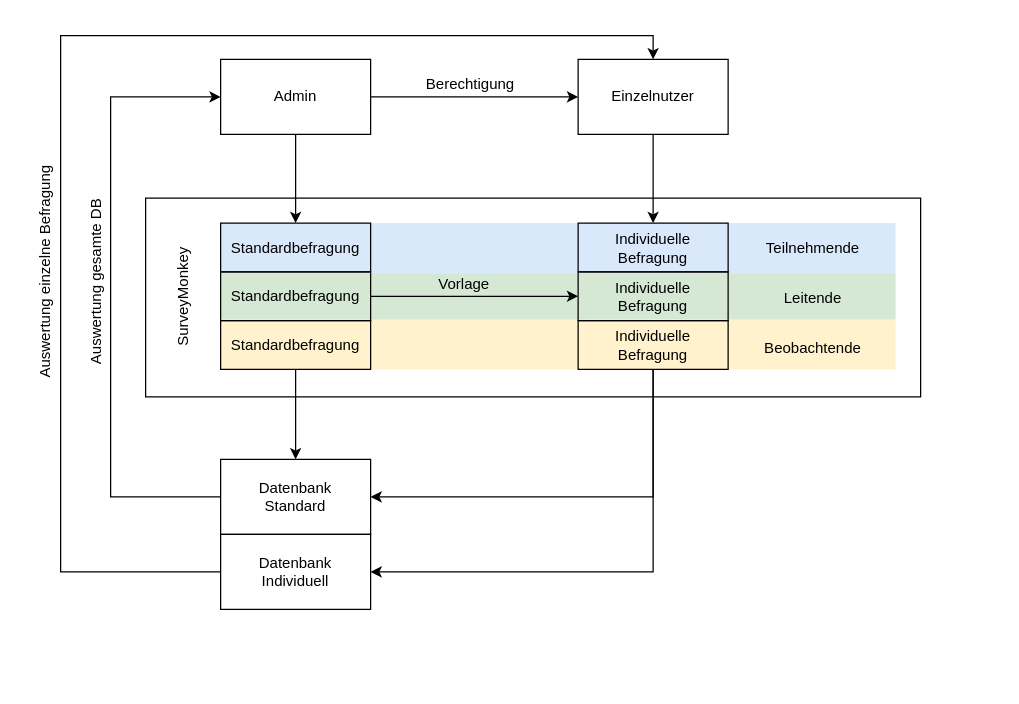
The draw.io diagram Untitled Diagram.drawio in GordonWiegand/zeitwerte, before the edit. Source tidied: cells renumbered, new cells numbered last; positions are measured from the earlier drawing's top-left corner, leaving out a move shared by most shapes. Both pictures are drawn from the tidied source at 125%, with x=0, y=0 at pixel (-71, 35).
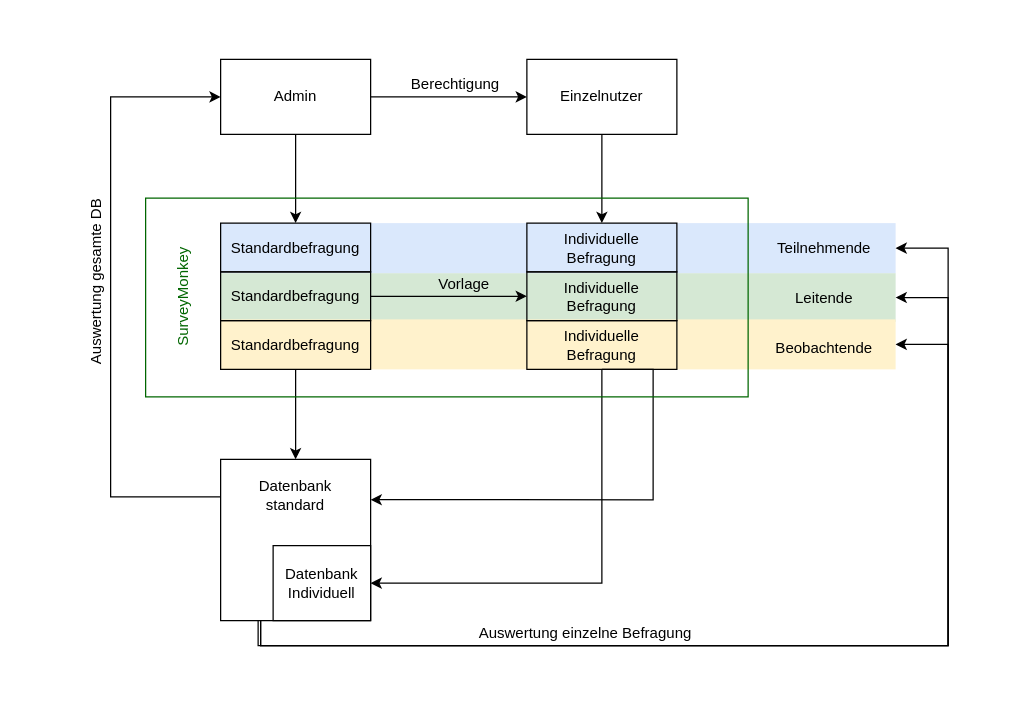
After the change.

Unchanged cells that the change refers to:
```xml
<mxCell id="8" style="rounded=0;whiteSpace=wrap;html=1;fillColor=#d5e8d4;strokeColor=none;" parent="1" vertex="1">
  <mxGeometry x="233" y="190" width="540" height="39" as="geometry" />
</mxCell>
<mxCell id="9" style="rounded=0;whiteSpace=wrap;html=1;fillColor=#fff2cc;strokeColor=none;" parent="1" vertex="1">
  <mxGeometry x="233" y="227" width="540" height="40" as="geometry" />
</mxCell>
<mxCell id="10" style="rounded=0;whiteSpace=wrap;html=1;fillColor=#dae8fc;strokeColor=none;" parent="1" vertex="1">
  <mxGeometry x="233" y="150" width="540" height="40" as="geometry" />
</mxCell>
```

Change to the diagram source:
```diff
@@
-    <mxCell id="2" style="rounded=0;whiteSpace=wrap;html=1;fillColor=none;" parent="1" vertex="1">
-      <mxGeometry x="173" y="130" width="620" height="159" as="geometry" />
-    </mxCell>
@@
     <mxCell id="7" value="Einzelnutzer" style="rounded=0;whiteSpace=wrap;html=1;" parent="1" vertex="1">
-      <mxGeometry x="519" y="19" width="120" height="60" as="geometry" />
+      <mxGeometry x="478" y="19" width="120" height="60" as="geometry" />
     </mxCell>
@@
     <mxCell id="11" value="Individuelle Befragung&lt;br&gt;" style="rounded=0;whiteSpace=wrap;html=1;fillColor=none;" parent="1" vertex="1">
-      <mxGeometry x="519" y="150" width="120" height="39" as="geometry" />
+      <mxGeometry x="478" y="150" width="120" height="39" as="geometry" />
     </mxCell>
@@
     <mxCell id="13" value="Teilnehmende&lt;br&gt;" style="text;html=1;strokeColor=none;fillColor=none;align=center;verticalAlign=middle;whiteSpace=wrap;rounded=0;" parent="1" vertex="1">
-      <mxGeometry x="662" y="160" width="90" height="20" as="geometry" />
+      <mxGeometry x="671" y="160" width="90" height="20" as="geometry" />
     </mxCell>
     <mxCell id="14" value="Leitende&lt;br&gt;" style="text;html=1;strokeColor=none;fillColor=none;align=center;verticalAlign=middle;whiteSpace=wrap;rounded=0;" parent="1" vertex="1">
-      <mxGeometry x="662" y="199.5" width="90" height="20" as="geometry" />
+      <mxGeometry x="671" y="199.5" width="90" height="20" as="geometry" />
     </mxCell>
     <mxCell id="15" value="Beobachtende&lt;br&gt;" style="text;html=1;strokeColor=none;fillColor=none;align=center;verticalAlign=middle;whiteSpace=wrap;rounded=0;" parent="1" vertex="1">
-      <mxGeometry x="662" y="240" width="90" height="20" as="geometry" />
+      <mxGeometry x="671" y="240" width="90" height="20" as="geometry" />
     </mxCell>
@@
     <mxCell id="18" value="Individuelle Befragung&lt;br&gt;" style="rounded=0;whiteSpace=wrap;html=1;fillColor=none;" parent="1" vertex="1">
-      <mxGeometry x="519" y="189" width="120" height="39" as="geometry" />
+      <mxGeometry x="478" y="189" width="120" height="39" as="geometry" />
     </mxCell>
@@
-    <mxCell id="21" style="edgeStyle=orthogonalEdgeStyle;rounded=0;jettySize=auto;html=1;entryX=1;entryY=0.5;entryDx=0;entryDy=0;exitX=0.5;exitY=1;exitDx=0;exitDy=0;" parent="1" edge="1" source="23" target="28">
-      <mxGeometry relative="1" as="geometry" />
+    <mxCell id="21" style="edgeStyle=orthogonalEdgeStyle;rounded=0;jettySize=auto;html=1;entryX=1;entryY=0.25;entryDx=0;entryDy=0;exitX=0.5;exitY=1;exitDx=0;exitDy=0;" parent="1" edge="1" source="23" target="28">
+      <mxGeometry relative="1" as="geometry">
+        <Array as="points">
+          <mxPoint x="579" y="371" />
+        </Array>
+      </mxGeometry>
     </mxCell>
@@
     <mxCell id="23" value="Individuelle Befragung&lt;br&gt;" style="rounded=0;whiteSpace=wrap;html=1;fillColor=none;" parent="1" vertex="1">
-      <mxGeometry x="519" y="228" width="120" height="39" as="geometry" />
+      <mxGeometry x="478" y="228" width="120" height="39" as="geometry" />
     </mxCell>
     <mxCell id="24" value="Berechtigung&lt;br&gt;" style="text;html=1;strokeColor=none;fillColor=none;align=center;verticalAlign=middle;whiteSpace=wrap;rounded=0;" parent="1" vertex="1">
-      <mxGeometry x="393" y="29" width="80" height="20" as="geometry" />
+      <mxGeometry x="381" y="29" width="80" height="20" as="geometry" />
     </mxCell>
@@
-    <mxCell id="26" value="SurveyMonkey&lt;br&gt;" style="text;html=1;strokeColor=none;fillColor=none;align=center;verticalAlign=middle;whiteSpace=wrap;rounded=0;rotation=-90;" parent="1" vertex="1">
+    <mxCell id="26" value="SurveyMonkey&lt;br&gt;" style="text;html=1;strokeColor=none;fillColor=none;align=center;verticalAlign=middle;whiteSpace=wrap;rounded=0;rotation=-90;fontColor=#006600;" parent="1" vertex="1">
       <mxGeometry x="142.5" y="199.5" width="120" height="20" as="geometry" />
     </mxCell>
@@
+    <mxCell id="33" style="edgeStyle=orthogonalEdgeStyle;rounded=0;jettySize=auto;html=1;entryX=1;entryY=0.5;entryDx=0;entryDy=0;fontColor=#000000;" parent="1" edge="1" target="8">
+      <mxGeometry relative="1" as="geometry">
+        <mxPoint x="265" y="468" as="sourcePoint" />
+        <Array as="points">
+          <mxPoint x="265" y="488" />
+          <mxPoint x="815" y="488" />
+          <mxPoint x="815" y="209" />
+        </Array>
+      </mxGeometry>
+    </mxCell>
+    <mxCell id="34" style="edgeStyle=orthogonalEdgeStyle;rounded=0;jettySize=auto;html=1;fontColor=#000000;entryX=1;entryY=0.5;entryDx=0;entryDy=0;" parent="1" edge="1" target="9">
+      <mxGeometry relative="1" as="geometry">
+        <mxPoint x="265" y="468" as="sourcePoint" />
+        <Array as="points">
+          <mxPoint x="265" y="488" />
+          <mxPoint x="815" y="488" />
+          <mxPoint x="815" y="247" />
+        </Array>
+      </mxGeometry>
+    </mxCell>
-    <mxCell id="28" value="&lt;div&gt;Datenbank&lt;/div&gt;&lt;div&gt;Standard&lt;/div&gt;" style="rounded=0;whiteSpace=wrap;html=1;fillColor=none;" parent="1" vertex="1">
-      <mxGeometry x="233" y="339" width="120" height="60" as="geometry" />
+    <mxCell id="28" value="&lt;div&gt;&lt;/div&gt;" style="rounded=0;whiteSpace=wrap;html=1;fillColor=none;" parent="1" vertex="1">
+      <mxGeometry x="233" y="339" width="120" height="129" as="geometry" />
     </mxCell>
-    <mxCell id="29" style="edgeStyle=orthogonalEdgeStyle;rounded=0;jettySize=auto;html=1;entryX=0.5;entryY=0;entryDx=0;entryDy=0;" parent="1" edge="1" source="30" target="7">
+    <mxCell id="29" style="edgeStyle=orthogonalEdgeStyle;rounded=0;jettySize=auto;html=1;entryX=1;entryY=0.5;entryDx=0;entryDy=0;exitX=0.25;exitY=1;exitDx=0;exitDy=0;" parent="1" edge="1" source="28" target="10">
       <mxGeometry relative="1" as="geometry">
         <Array as="points">
-          <mxPoint x="105" y="429" />
-          <mxPoint x="105" />
-          <mxPoint x="579" />
+          <mxPoint x="263" y="488" />
+          <mxPoint x="815" y="488" />
+          <mxPoint x="815" y="170" />
         </Array>
       </mxGeometry>
     </mxCell>
     <mxCell id="30" value="&lt;div&gt;Datenbank&lt;/div&gt;&lt;div&gt;Individuell&lt;/div&gt;" style="rounded=0;whiteSpace=wrap;html=1;fillColor=none;" parent="1" vertex="1">
-      <mxGeometry x="233" y="399" width="120" height="60" as="geometry" />
+      <mxGeometry x="275" y="408" width="78" height="60" as="geometry" />
     </mxCell>
@@
-    <mxCell id="32" value="Auswertung einzelne Befragung&lt;br&gt;" style="text;html=1;strokeColor=none;fillColor=none;align=center;verticalAlign=middle;whiteSpace=wrap;rounded=0;rotation=-90;" parent="1" vertex="1">
-      <mxGeometry y="179" width="186" height="20" as="geometry" />
+    <mxCell id="32" value="Auswertung einzelne Befragung&lt;br&gt;" style="text;html=1;strokeColor=none;fillColor=none;align=center;verticalAlign=middle;whiteSpace=wrap;rounded=0;rotation=0;" parent="1" vertex="1">
+      <mxGeometry x="432" y="468" width="186" height="20" as="geometry" />
     </mxCell>
+    <mxCell id="35" value="Datenbank standard&lt;br&gt;" style="text;html=1;strokeColor=none;fillColor=none;align=center;verticalAlign=middle;whiteSpace=wrap;rounded=0;fontColor=#000000;" parent="1" vertex="1">
+      <mxGeometry x="273" y="358" width="40" height="20" as="geometry" />
+    </mxCell>
+    <mxCell id="2" style="rounded=0;whiteSpace=wrap;html=1;fillColor=none;strokeColor=#006600;" parent="1" vertex="1">
+      <mxGeometry x="173" y="130" width="482" height="159" as="geometry" />
+    </mxCell>
+    <mxCell id="36" style="rounded=0;whiteSpace=wrap;html=1;strokeColor=none;fillColor=none;fontColor=#000000;" parent="1" vertex="1">
+      <mxGeometry x="74" y="-11" width="781" height="529" as="geometry" />
+    </mxCell>
```
